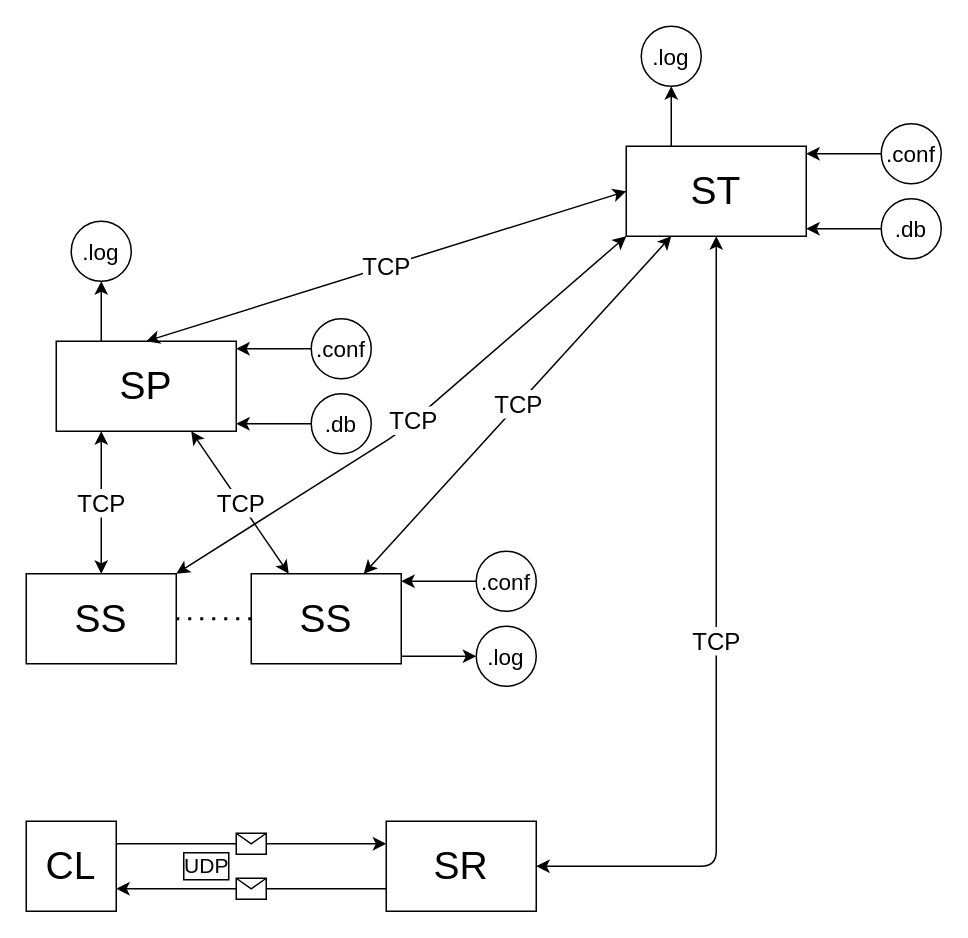
Earlier version of the draw.io diagram relatorio/DNS.drawio (Gustominox/Comunicacao-Computadores). Source tidied: cells renumbered, new cells numbered last; positions are measured from the earlier drawing's top-left corner, leaving out a move shared by most shapes. Both pictures are drawn from the tidied source at 150%, with x=0, y=0 at pixel (26, 26).
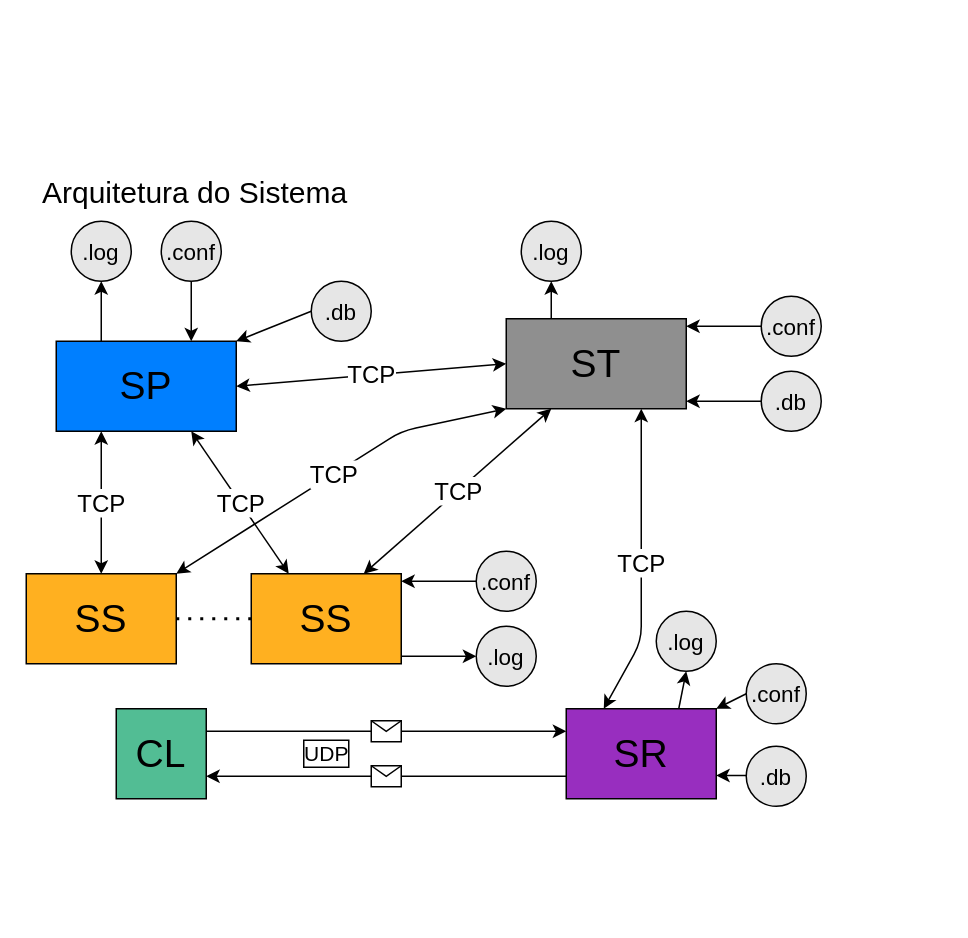
Above is the later version.

Diff of the diagram source:
```diff
@@
-    <mxCell id="2" value="SP" style="rounded=0;whiteSpace=wrap;html=1;fontSize=26;" parent="1" vertex="1">
+    <mxCell id="2" value="SP" style="rounded=0;whiteSpace=wrap;html=1;fontSize=26;fillColor=#007FFF;" parent="1" vertex="1">
       <mxGeometry x="20" y="210" width="120" height="60" as="geometry" />
     </mxCell>
@@
-    <mxCell id="4" value="&lt;br&gt;" style="endArrow=classic;html=1;fontSize=16;exitX=0;exitY=0.5;exitDx=0;exitDy=0;entryX=1;entryY=0;entryDx=0;entryDy=0;" parent="1" edge="1" source="14">
+    <mxCell id="4" value="&lt;br&gt;" style="endArrow=classic;html=1;fontSize=16;exitX=0.5;exitY=1;exitDx=0;exitDy=0;entryX=0.75;entryY=0;entryDx=0;entryDy=0;" parent="1" edge="1" source="14" target="2">
       <mxGeometry x="-1" y="-20" relative="1" as="geometry">
-        <mxPoint x="140" y="215" as="targetPoint" />
         <mxPoint x="20" y="20" as="offset" />
       </mxGeometry>
     </mxCell>
@@
-    <mxCell id="6" value="CL" style="rounded=0;whiteSpace=wrap;html=1;fontSize=26;" parent="1" vertex="1">
-      <mxGeometry y="530" width="60" height="60" as="geometry" />
+    <mxCell id="6" value="CL" style="rounded=0;whiteSpace=wrap;html=1;fontSize=26;fillColor=#52BD94;" parent="1" vertex="1">
+      <mxGeometry x="60" y="455" width="60" height="60" as="geometry" />
     </mxCell>
@@
-    <mxCell id="8" value="SS" style="rounded=0;whiteSpace=wrap;html=1;fontSize=26;" parent="1" vertex="1">
+    <mxCell id="8" value="SS" style="rounded=0;whiteSpace=wrap;html=1;fontSize=26;fillColor=#FFB020;" parent="1" vertex="1">
       <mxGeometry y="365" width="100" height="60" as="geometry" />
     </mxCell>
-    <mxCell id="9" value="SS" style="rounded=0;whiteSpace=wrap;html=1;fontSize=26;" parent="1" vertex="1">
+    <mxCell id="9" value="SS" style="rounded=0;whiteSpace=wrap;html=1;fontSize=26;fillColor=#FFB020;" parent="1" vertex="1">
       <mxGeometry x="150" y="365" width="100" height="60" as="geometry" />
     </mxCell>
@@
-    <mxCell id="14" value=".conf" style="ellipse;whiteSpace=wrap;html=1;fontSize=15;" parent="1" vertex="1">
-      <mxGeometry x="190" y="195" width="40" height="40" as="geometry" />
+    <mxCell id="14" value=".conf" style="ellipse;whiteSpace=wrap;html=1;fontSize=15;fillColor=#E6E6E6;" parent="1" vertex="1">
+      <mxGeometry x="90" y="130" width="40" height="40" as="geometry" />
     </mxCell>
     <mxCell id="15" value="&lt;br&gt;" style="endArrow=classic;html=1;fontSize=16;exitX=0;exitY=0.5;exitDx=0;exitDy=0;" parent="1" edge="1" source="16">
       <mxGeometry x="-1" y="-20" relative="1" as="geometry">
-        <mxPoint x="140" y="265" as="targetPoint" />
+        <mxPoint x="140" y="210" as="targetPoint" />
         <mxPoint x="20" y="20" as="offset" />
       </mxGeometry>
     </mxCell>
-    <mxCell id="16" value=".db" style="ellipse;whiteSpace=wrap;html=1;fontSize=15;" parent="1" vertex="1">
-      <mxGeometry x="190" y="245" width="40" height="40" as="geometry" />
+    <mxCell id="16" value=".db" style="ellipse;whiteSpace=wrap;html=1;fontSize=15;fillColor=#E6E6E6;" parent="1" vertex="1">
+      <mxGeometry x="190" y="170" width="40" height="40" as="geometry" />
     </mxCell>
-    <mxCell id="17" value=".log" style="ellipse;whiteSpace=wrap;html=1;fontSize=15;" parent="1" vertex="1">
+    <mxCell id="17" value=".log" style="ellipse;whiteSpace=wrap;html=1;fontSize=15;fillColor=#E6E6E6;" parent="1" vertex="1">
       <mxGeometry x="30" y="130" width="40" height="40" as="geometry" />
     </mxCell>
@@
-    <mxCell id="19" value=".conf" style="ellipse;whiteSpace=wrap;html=1;fontSize=15;" parent="1" vertex="1">
+    <mxCell id="19" value=".conf" style="ellipse;whiteSpace=wrap;html=1;fontSize=15;fillColor=#E6E6E6;" parent="1" vertex="1">
       <mxGeometry x="300" y="350" width="40" height="40" as="geometry" />
     </mxCell>
@@
-    <mxCell id="21" value=".log" style="ellipse;whiteSpace=wrap;html=1;fontSize=15;" parent="1" vertex="1">
+    <mxCell id="21" value=".log" style="ellipse;whiteSpace=wrap;html=1;fontSize=15;fillColor=#E6E6E6;" parent="1" vertex="1">
       <mxGeometry x="300" y="400" width="40" height="40" as="geometry" />
     </mxCell>
@@
-    <mxCell id="23" value="SR" style="rounded=0;whiteSpace=wrap;html=1;fontSize=26;" parent="1" vertex="1">
-      <mxGeometry x="240" y="530" width="100" height="60" as="geometry" />
+    <mxCell id="23" value="SR" style="rounded=0;whiteSpace=wrap;html=1;fontSize=26;fillColor=#982EBF;" parent="1" vertex="1">
+      <mxGeometry x="360" y="455" width="100" height="60" as="geometry" />
     </mxCell>
-    <mxCell id="24" value="ST" style="rounded=0;whiteSpace=wrap;html=1;fontSize=26;" parent="1" vertex="1">
-      <mxGeometry x="400" y="80" width="120" height="60" as="geometry" />
+    <mxCell id="24" value="ST" style="rounded=0;whiteSpace=wrap;html=1;fontSize=26;fillColor=#8F8F8F;" parent="1" vertex="1">
+      <mxGeometry x="320" y="195" width="120" height="60" as="geometry" />
     </mxCell>
-    <mxCell id="25" value="TCP&lt;font style=&quot;font-size: 16px;&quot;&gt;&lt;br style=&quot;font-size: 16px;&quot;&gt;&lt;/font&gt;" style="endArrow=classic;startArrow=classic;html=1;fontSize=16;entryX=1;entryY=0.5;entryDx=0;entryDy=0;exitX=0.5;exitY=1;exitDx=0;exitDy=0;" parent="1" edge="1" source="24" target="23">
+    <mxCell id="25" value="TCP&lt;font style=&quot;font-size: 16px;&quot;&gt;&lt;br style=&quot;font-size: 16px;&quot;&gt;&lt;/font&gt;" style="endArrow=classic;startArrow=classic;html=1;fontSize=16;entryX=0.25;entryY=0;entryDx=0;entryDy=0;exitX=0.75;exitY=1;exitDx=0;exitDy=0;" parent="1" edge="1" source="24" target="23">
       <mxGeometry relative="1" as="geometry">
         <Array as="points">
-          <mxPoint x="460" y="560" />
+          <mxPoint x="410" y="410" />
         </Array>
       </mxGeometry>
     </mxCell>
-    <mxCell id="26" value="TCP&lt;font style=&quot;font-size: 16px;&quot;&gt;&lt;br style=&quot;font-size: 16px;&quot;&gt;&lt;/font&gt;" style="endArrow=classic;startArrow=classic;html=1;fontSize=16;entryX=0.5;entryY=0;entryDx=0;entryDy=0;exitX=0;exitY=0.5;exitDx=0;exitDy=0;" parent="1" edge="1" source="24" target="2">
+    <mxCell id="26" value="TCP&lt;font style=&quot;font-size: 16px;&quot;&gt;&lt;br style=&quot;font-size: 16px;&quot;&gt;&lt;/font&gt;" style="endArrow=classic;startArrow=classic;html=1;fontSize=16;entryX=1;entryY=0.5;entryDx=0;entryDy=0;exitX=0;exitY=0.5;exitDx=0;exitDy=0;" parent="1" edge="1" source="24" target="2">
       <mxGeometry relative="1" as="geometry" />
     </mxCell>
     <mxCell id="27" value="&lt;br&gt;" style="endArrow=classic;html=1;fontSize=16;exitX=0;exitY=0.5;exitDx=0;exitDy=0;entryX=1;entryY=0;entryDx=0;entryDy=0;" parent="1" edge="1" source="28">
       <mxGeometry x="-1" y="-20" relative="1" as="geometry">
-        <mxPoint x="520" y="85" as="targetPoint" />
+        <mxPoint x="440" y="200" as="targetPoint" />
         <mxPoint x="20" y="20" as="offset" />
       </mxGeometry>
     </mxCell>
-    <mxCell id="28" value=".conf" style="ellipse;whiteSpace=wrap;html=1;fontSize=15;" parent="1" vertex="1">
-      <mxGeometry x="570" y="65" width="40" height="40" as="geometry" />
+    <mxCell id="28" value=".conf" style="ellipse;whiteSpace=wrap;html=1;fontSize=15;fillColor=#E6E6E6;" parent="1" vertex="1">
+      <mxGeometry x="490" y="180" width="40" height="40" as="geometry" />
     </mxCell>
-    <mxCell id="29" value="&lt;br&gt;" style="endArrow=classic;html=1;fontSize=16;exitX=0;exitY=0.5;exitDx=0;exitDy=0;" parent="1" edge="1" source="30">
+    <mxCell id="29" value="&lt;br&gt;" style="endArrow=classic;html=1;fontSize=16;exitX=0;exitY=0.5;exitDx=0;exitDy=0;" parent="1" edge="1">
       <mxGeometry x="-1" y="-20" relative="1" as="geometry">
-        <mxPoint x="520" y="135" as="targetPoint" />
+        <mxPoint x="490" y="250" as="sourcePoint" />
+        <mxPoint x="440" y="250" as="targetPoint" />
         <mxPoint x="20" y="20" as="offset" />
       </mxGeometry>
     </mxCell>
-    <mxCell id="30" value=".db" style="ellipse;whiteSpace=wrap;html=1;fontSize=15;" parent="1" vertex="1">
-      <mxGeometry x="570" y="115" width="40" height="40" as="geometry" />
+    <mxCell id="30" value=".db" style="ellipse;whiteSpace=wrap;html=1;fontSize=15;fillColor=#E6E6E6;" parent="1" vertex="1">
+      <mxGeometry x="490" y="230" width="40" height="40" as="geometry" />
     </mxCell>
-    <mxCell id="31" style="endArrow=classic;html=1;fontSize=16;exitX=0.25;exitY=0;exitDx=0;exitDy=0;" parent="1" edge="1">
+    <mxCell id="31" style="endArrow=classic;html=1;fontSize=16;exitX=0.25;exitY=0;exitDx=0;exitDy=0;entryX=0.5;entryY=1;entryDx=0;entryDy=0;" parent="1" edge="1" target="32">
       <mxGeometry x="1" y="-22" relative="1" as="geometry">
-        <mxPoint x="430" y="80" as="sourcePoint" />
-        <mxPoint x="430" y="40" as="targetPoint" />
+        <mxPoint x="350" y="195" as="sourcePoint" />
         <mxPoint x="-2" y="-10" as="offset" />
       </mxGeometry>
     </mxCell>
-    <mxCell id="32" value=".log" style="ellipse;whiteSpace=wrap;html=1;fontSize=15;" parent="1" vertex="1">
-      <mxGeometry x="410" width="40" height="40" as="geometry" />
+    <mxCell id="32" value=".log" style="ellipse;whiteSpace=wrap;html=1;fontSize=15;fillColor=#E6E6E6;" parent="1" vertex="1">
+      <mxGeometry x="330" y="130" width="40" height="40" as="geometry" />
     </mxCell>
@@
+    <mxCell id="35" value="&lt;br&gt;" style="endArrow=classic;html=1;fontSize=16;exitX=0;exitY=0.5;exitDx=0;exitDy=0;entryX=1;entryY=0;entryDx=0;entryDy=0;" parent="1" edge="1" source="36" target="23">
+      <mxGeometry x="-1" y="-20" relative="1" as="geometry">
+        <mxPoint x="20" y="20" as="offset" />
+      </mxGeometry>
+    </mxCell>
+    <mxCell id="36" value=".conf" style="ellipse;whiteSpace=wrap;html=1;fontSize=15;fillColor=#E6E6E6;" parent="1" vertex="1">
+      <mxGeometry x="480" y="425" width="40" height="40" as="geometry" />
+    </mxCell>
+    <mxCell id="37" style="endArrow=classic;html=1;fontSize=16;entryX=0.5;entryY=1;entryDx=0;entryDy=0;exitX=0.75;exitY=0;exitDx=0;exitDy=0;" parent="1" edge="1" source="23" target="38">
+      <mxGeometry x="1" y="-22" relative="1" as="geometry">
+        <mxPoint x="-2" y="-10" as="offset" />
+      </mxGeometry>
+    </mxCell>
+    <mxCell id="38" value=".log" style="ellipse;whiteSpace=wrap;html=1;fontSize=15;fillColor=#E6E6E6;" parent="1" vertex="1">
+      <mxGeometry x="420" y="390" width="40" height="40" as="geometry" />
+    </mxCell>
+    <mxCell id="39" value="&lt;br&gt;" style="endArrow=classic;html=1;fontSize=16;exitX=0;exitY=0.5;exitDx=0;exitDy=0;" parent="1" edge="1">
+      <mxGeometry x="-1" y="-20" relative="1" as="geometry">
+        <mxPoint x="510" y="499.5" as="sourcePoint" />
+        <mxPoint x="460" y="499.5" as="targetPoint" />
+        <mxPoint x="20" y="20" as="offset" />
+      </mxGeometry>
+    </mxCell>
+    <mxCell id="40" value=".db" style="ellipse;whiteSpace=wrap;html=1;fontSize=15;fillColor=#E6E6E6;" parent="1" vertex="1">
+      <mxGeometry x="480" y="480" width="40" height="40" as="geometry" />
+    </mxCell>
+    <mxCell id="41" value="&lt;font style=&quot;font-size: 20px;&quot;&gt;Arquitetura do Sistema&amp;nbsp;&lt;/font&gt;" style="text;html=1;align=center;verticalAlign=middle;strokeColor=none;fillColor=none;" parent="1" vertex="1">
+      <mxGeometry y="90" width="230" height="40" as="geometry" />
+    </mxCell>
```
